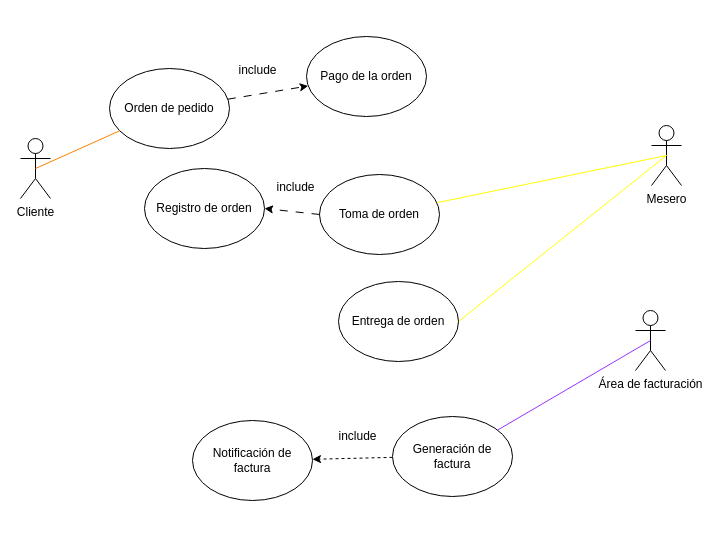
The draw.io diagram page "CasosDeUso" (1 of 3) of Proyecto/Avance1/Avance1.drawio in Edu-Ram/Requerimientos, before the edit. Source tidied: cells renumbered, new cells numbered last; positions are measured from the earlier drawing's top-left corner, leaving out a move shared by most shapes. Both pictures are drawn from the tidied source at 100%, with x=0, y=0 at pixel (20, 19).
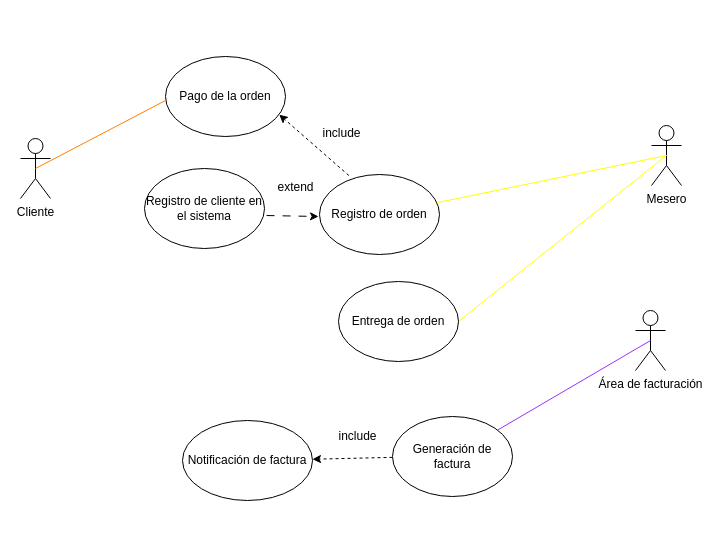
After the change.

Unchanged cells that the change refers to:
```xml
<mxCell id="8" value="Cliente" style="shape=umlActor;verticalLabelPosition=bottom;verticalAlign=top;html=1;outlineConnect=0;" parent="1" vertex="1">
  <mxGeometry y="119" width="30" height="60" as="geometry" />
</mxCell>
```

Diff of the diagram source:
```diff
@@
-    <mxCell id="3" value="Registro de orden" style="ellipse;whiteSpace=wrap;html=1;" parent="1" vertex="1">
+    <mxCell id="3" value="Registro de cliente en el sistema" style="ellipse;whiteSpace=wrap;html=1;" parent="1" vertex="1">
       <mxGeometry x="124" y="149" width="120" height="80" as="geometry" />
     </mxCell>
-    <mxCell id="4" value="Toma de orden" style="ellipse;whiteSpace=wrap;html=1;" parent="1" vertex="1">
+    <mxCell id="4" value="Registro de orden" style="ellipse;whiteSpace=wrap;html=1;" parent="1" vertex="1">
       <mxGeometry x="299" y="155" width="120" height="80" as="geometry" />
     </mxCell>
@@
     <mxCell id="7" value="Notificación de factura" style="ellipse;whiteSpace=wrap;html=1;" parent="1" vertex="1">
-      <mxGeometry x="172" y="401" width="120" height="80" as="geometry" />
+      <mxGeometry x="162" y="401" width="130" height="80" as="geometry" />
     </mxCell>
@@
-    <mxCell id="12" style="endArrow=classic;html=1;rounded=0;dashed=1;dashPattern=8 8;exitX=0;exitY=0.5;exitDx=0;exitDy=0;entryX=1;entryY=0.5;entryDx=0;entryDy=0;" parent="1" edge="1" source="4" target="3">
+    <mxCell id="12" style="endArrow=classic;html=1;rounded=0;dashed=1;dashPattern=8 8;exitX=1.017;exitY=0.588;exitDx=0;exitDy=0;entryX=-0.008;entryY=0.525;entryDx=0;entryDy=0;exitPerimeter=0;entryPerimeter=0;" parent="1" edge="1" source="3" target="4">
       <mxGeometry relative="1" as="geometry" />
     </mxCell>
-    <mxCell id="13" value="Orden de pedido" style="ellipse;whiteSpace=wrap;html=1;" parent="1" vertex="1">
-      <mxGeometry x="89" y="49" width="120" height="80" as="geometry" />
-    </mxCell>
     <mxCell id="14" value="Pago de la orden" style="ellipse;whiteSpace=wrap;html=1;" parent="1" vertex="1">
-      <mxGeometry x="286" y="17" width="120" height="80" as="geometry" />
+      <mxGeometry x="145" y="37" width="120" height="80" as="geometry" />
     </mxCell>
-    <mxCell id="15" style="endArrow=none;html=1;rounded=0;exitX=0.5;exitY=0.5;exitDx=0;exitDy=0;exitPerimeter=0;strokeColor=#FF8000;" parent="1" edge="1" source="8" target="13">
+    <mxCell id="15" style="endArrow=none;html=1;rounded=0;exitX=0.5;exitY=0.5;exitDx=0;exitDy=0;exitPerimeter=0;strokeColor=#FF8000;entryX=0;entryY=0.55;entryDx=0;entryDy=0;entryPerimeter=0;" parent="1" edge="1" source="8" target="14">
       <mxGeometry relative="1" as="geometry" />
     </mxCell>
@@
-    <mxCell id="17" style="endArrow=classic;html=1;rounded=0;dashed=1;dashPattern=8 8;" parent="1" edge="1" source="13" target="14">
-      <mxGeometry relative="1" as="geometry" />
-    </mxCell>
@@
-    <mxCell id="19" value="include" style="text;html=1;align=center;verticalAlign=middle;strokeColor=none;fillColor=none;" parent="1" vertex="1">
-      <mxGeometry x="209" y="38" width="55" height="26" as="geometry" />
-    </mxCell>
@@
-    <mxCell id="22" value="include" style="text;html=1;align=center;verticalAlign=middle;strokeColor=none;fillColor=none;" parent="1" vertex="1">
-      <mxGeometry x="247" y="155" width="55" height="26" as="geometry" />
+    <mxCell id="22" value="extend" style="text;html=1;align=center;verticalAlign=middle;strokeColor=none;fillColor=none;" parent="1" vertex="1">
+      <mxGeometry x="248" y="155" width="54" height="26" as="geometry" />
     </mxCell>
+    <mxCell id="23" style="rounded=0;jettySize=auto;html=1;dashed=1;entryX=0.948;entryY=0.727;entryDx=0;entryDy=0;entryPerimeter=0;exitX=0.245;exitY=0.013;exitDx=0;exitDy=0;exitPerimeter=0;" parent="1" edge="1" source="4" target="14">
+      <mxGeometry relative="1" as="geometry" />
+    </mxCell>
+    <mxCell id="19" value="include" style="text;html=1;align=center;verticalAlign=middle;strokeColor=none;fillColor=none;" parent="1" vertex="1">
+      <mxGeometry x="293" y="101" width="55" height="26" as="geometry" />
+    </mxCell>
```
